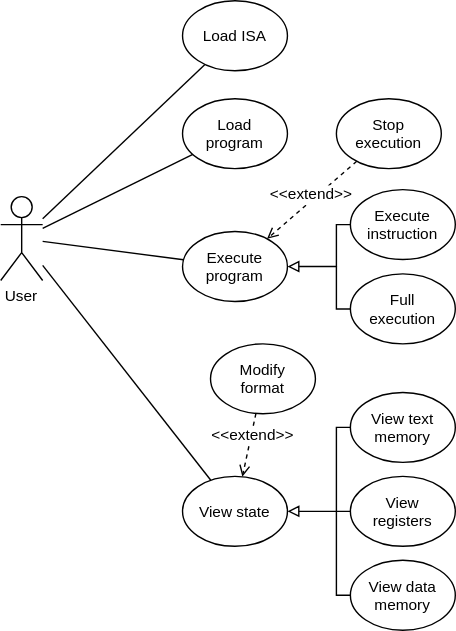
The draw.io diagram report/img/use_case_model.drawio.svg in ldcas-uc3m/TFG, before a commit. Source tidied: cells renumbered, new cells last; positions are measured from the earlier drawing's top-left corner, leaving out a move shared by most shapes.
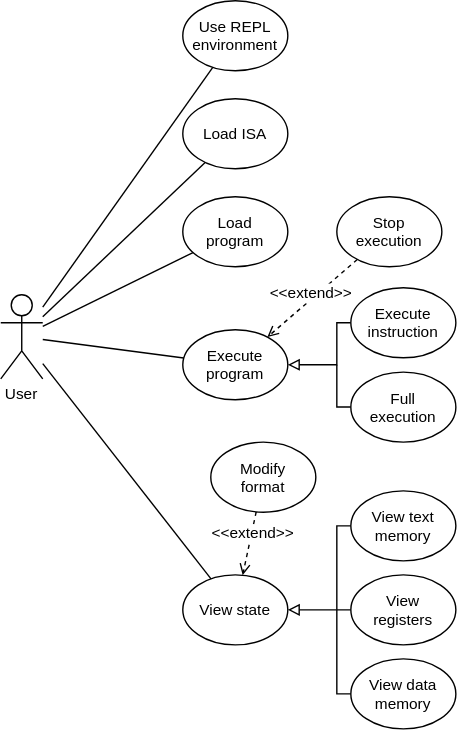
After the change.

Change to the diagram source:
```diff
@@ -104,5 +104,11 @@
     <mxCell id="28" style="shape=waypoint;sketch=0;fillStyle=solid;size=6;points=[];fillColor=none;perimeter=centerPerimeter;snapToPoint=1;strokeColor=none;fontFamily=Helvetica;fontSize=11;" parent="1" vertex="1">
       <mxGeometry x="230" y="180" width="20" height="20" as="geometry" />
     </mxCell>
+    <mxCell id="29" value="Use REPL&#10;environment" style="ellipse;fontFamily=Helvetica;spacing=0;fontSize=11;" parent="1" vertex="1">
+      <mxGeometry x="130" y="-70" width="75" height="50" as="geometry" />
+    </mxCell>
+    <mxCell id="30" style="rounded=0;jettySize=auto;html=1;endArrow=none;endFill=0;fontFamily=Helvetica;fontSize=11;" parent="1" edge="1" source="6" target="29">
+      <mxGeometry relative="1" as="geometry" />
+    </mxCell>
   </root>
 </mxGraphModel>
```
